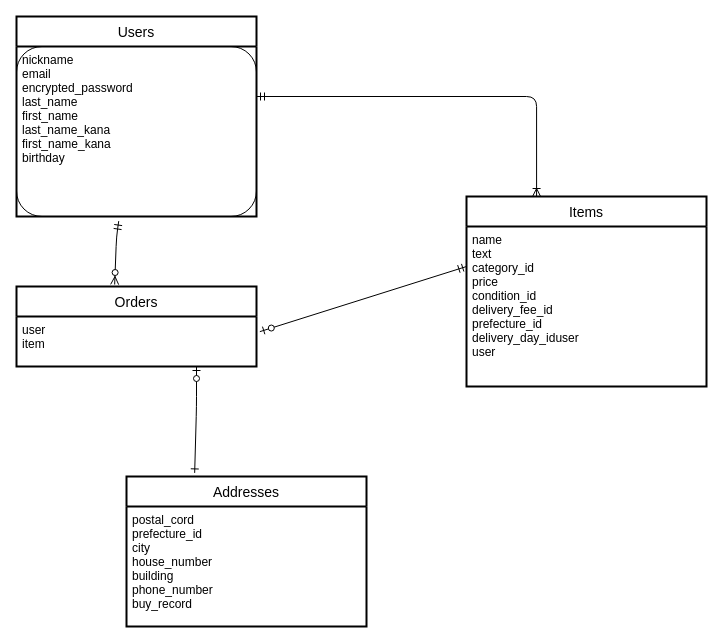
The draw.io diagram furima.dio in hiroyuki0905/furima-39210, before the edit. Source tidied: cells renumbered, new cells numbered last; positions are measured from the earlier drawing's top-left corner, leaving out a move shared by most shapes. Both pictures are drawn from the tidied source at 100%, with x=0, y=0 at pixel (16, 16).
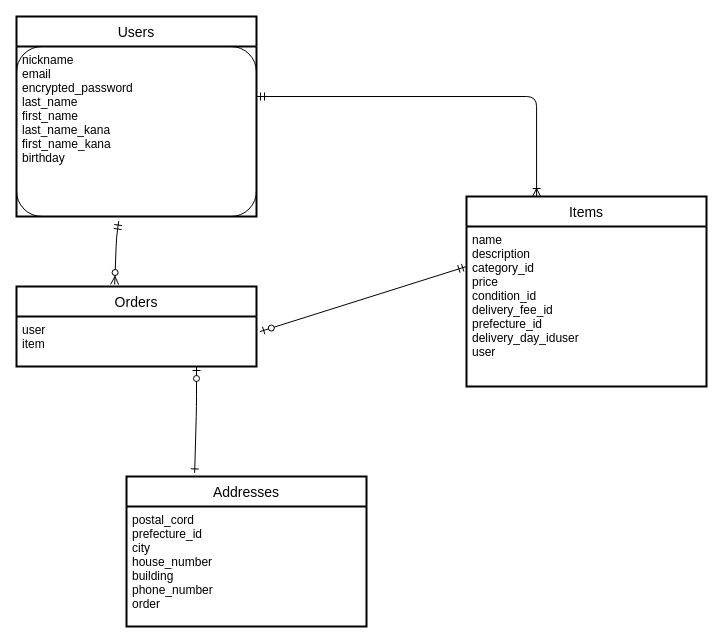
The same diagram, later.

Commit message (it also covers changes not shown here):
データベース修正３

What changed in the source:
```diff
@@
 <mxGraphModel>
   <root>
     <mxCell id="0" />
     <mxCell id="1" parent="0" />
     <mxCell id="2" value="Users" style="swimlane;horizontal=1;startSize=30;rounded=1;fontSize=14;fontStyle=0;strokeWidth=2;shadow=0;dashed=0;align=center;arcSize=0;" parent="1" vertex="1">
       <mxGeometry width="240" height="200" as="geometry" />
     </mxCell>
     <mxCell id="3" value="nickname &#10;email&#10;encrypted_password&#10;last_name&#10;first_name &#10;last_name_kana&#10;first_name_kana&#10;birthday " style="align=left;strokeColor=default;fillColor=none;spacingLeft=4;fontSize=12;verticalAlign=top;rounded=1;" parent="2" vertex="1">
       <mxGeometry y="30" width="240" height="170" as="geometry" />
     </mxCell>
     <mxCell id="4" value="Addresses" style="swimlane;horizontal=1;startSize=30;rounded=1;fontSize=14;fontStyle=0;strokeWidth=2;shadow=0;dashed=0;align=center;arcSize=0;" parent="1" vertex="1">
       <mxGeometry x="110" y="460" width="240" height="150" as="geometry" />
     </mxCell>
-    <mxCell id="5" value="postal_cord&#10;prefecture_id&#10;city&#10;house_number&#10;building&#10;phone_number&#10;buy_record" style="align=left;strokeColor=none;fillColor=none;spacingLeft=4;fontSize=12;verticalAlign=top;rounded=1;" parent="4" vertex="1">
+    <mxCell id="5" value="postal_cord&#10;prefecture_id&#10;city&#10;house_number&#10;building&#10;phone_number&#10;order" style="align=left;strokeColor=none;fillColor=none;spacingLeft=4;fontSize=12;verticalAlign=top;rounded=1;" parent="4" vertex="1">
       <mxGeometry y="30" width="240" height="120" as="geometry" />
     </mxCell>
     <mxCell id="6" value="Items" style="swimlane;horizontal=1;startSize=30;rounded=1;fontSize=14;fontStyle=0;strokeWidth=2;shadow=0;dashed=0;align=center;arcSize=0;" parent="1" vertex="1">
       <mxGeometry x="450" y="180" width="240" height="190" as="geometry" />
     </mxCell>
-    <mxCell id="7" value="name&#10;text&#10;category_id&#10;price&#10;condition_id&#10;delivery_fee_id&#10; prefecture_id&#10;delivery_day_iduser&#10;user" style="align=left;strokeColor=none;fillColor=none;spacingLeft=4;fontSize=12;verticalAlign=top;rounded=1;" parent="6" vertex="1">
+    <mxCell id="7" value="name&#10;description&#10;category_id&#10;price&#10;condition_id&#10;delivery_fee_id&#10; prefecture_id&#10;delivery_day_iduser&#10;user" style="align=left;strokeColor=none;fillColor=none;spacingLeft=4;fontSize=12;verticalAlign=top;rounded=1;" parent="6" vertex="1">
       <mxGeometry y="30" width="240" height="160" as="geometry" />
     </mxCell>
     <mxCell id="8" value="Orders" style="swimlane;horizontal=1;startSize=30;rounded=1;fontSize=14;fontStyle=0;strokeWidth=2;shadow=0;dashed=0;align=center;arcSize=0;" parent="1" vertex="1">
       <mxGeometry y="270" width="240" height="80" as="geometry" />
     </mxCell>
     <mxCell id="9" value="user&#10;item" style="align=left;strokeColor=none;fillColor=none;spacingLeft=4;fontSize=12;verticalAlign=top;rounded=1;" parent="8" vertex="1">
       <mxGeometry y="30" width="240" height="50" as="geometry" />
     </mxCell>
     <mxCell id="10" style="fontSize=12;html=1;endArrow=ERzeroToMany;startArrow=ERmandOne;rounded=1;hachureGap=4;fontFamily=Architects Daughter;elbow=vertical;entryX=0.409;entryY=-0.025;entryDx=0;entryDy=0;entryPerimeter=0;exitX=0.426;exitY=1.027;exitDx=0;exitDy=0;exitPerimeter=0;" parent="1" edge="1" source="3" target="8">
       <mxGeometry relative="1" as="geometry">
         <Array as="points">
           <mxPoint x="100" y="220" />
         </Array>
       </mxGeometry>
     </mxCell>
     <mxCell id="11" style="fontSize=12;html=1;endArrow=ERzeroToOne;startArrow=ERone;exitX=0.284;exitY=-0.024;exitDx=0;exitDy=0;exitPerimeter=0;startFill=0;" parent="1" edge="1" source="4">
       <mxGeometry relative="1" as="geometry">
         <mxPoint x="180" y="350" as="targetPoint" />
         <Array as="points">
           <mxPoint x="180" y="390" />
         </Array>
       </mxGeometry>
     </mxCell>
     <mxCell id="12" style="edgeStyle=elbowEdgeStyle;fontSize=12;html=1;endArrow=ERoneToMany;startArrow=ERmandOne;elbow=vertical;entryX=0.292;entryY=0;entryDx=0;entryDy=0;entryPerimeter=0;" parent="1" edge="1" target="6">
       <mxGeometry relative="1" as="geometry">
         <mxPoint x="240" y="80" as="sourcePoint" />
         <Array as="points">
           <mxPoint x="470" y="80" />
         </Array>
       </mxGeometry>
     </mxCell>
     <mxCell id="13" style="fontSize=12;html=1;endArrow=ERzeroToOne;startArrow=ERmandOne;startFill=0;entryX=1.014;entryY=0.303;entryDx=0;entryDy=0;entryPerimeter=0;" parent="1" edge="1" target="9">
       <mxGeometry relative="1" as="geometry">
         <mxPoint x="450" y="250" as="sourcePoint" />
       </mxGeometry>
     </mxCell>
   </root>
 </mxGraphModel>
```
